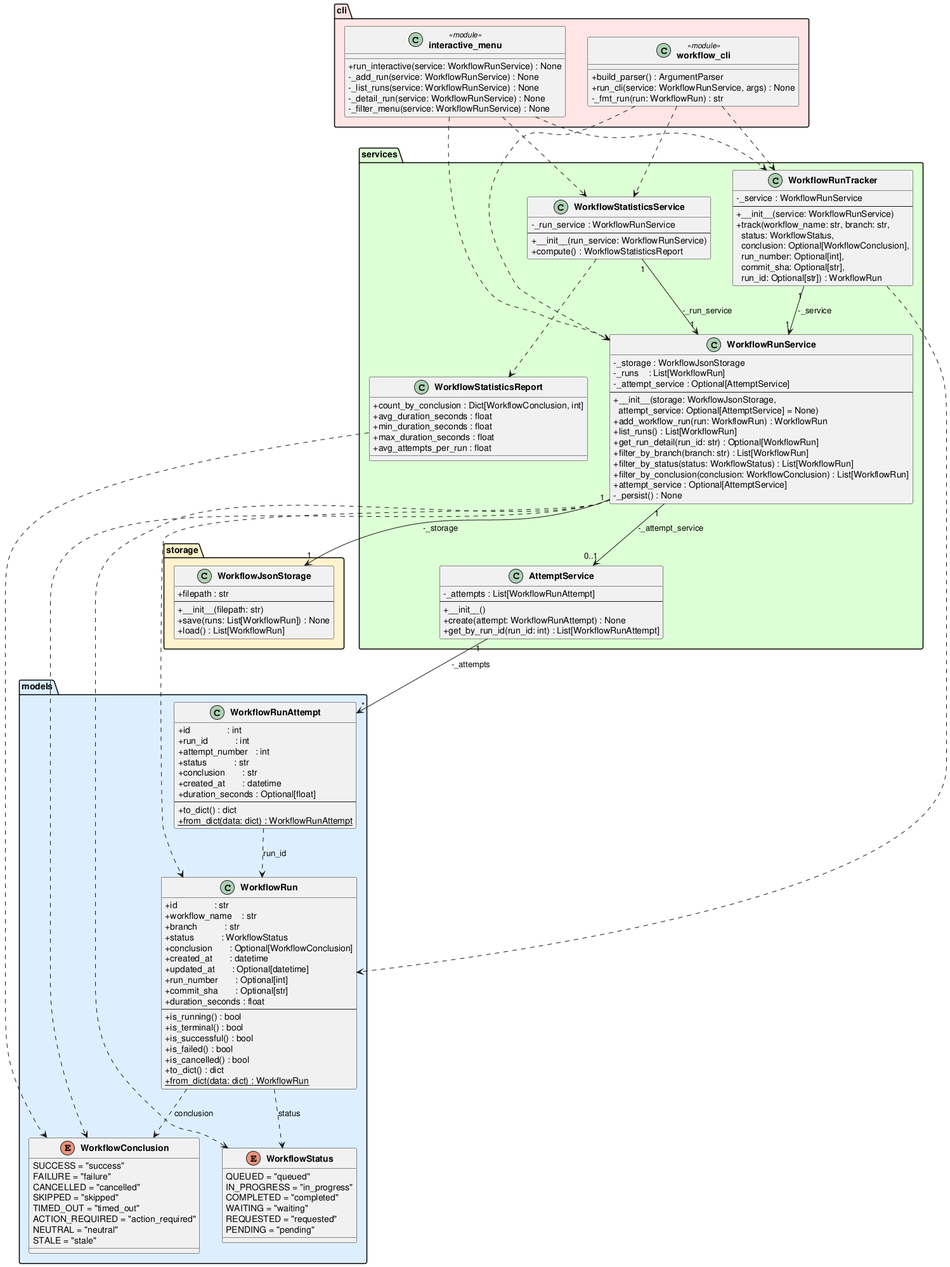
Earlier version of the PlantUML export experiments/broadcast/test_driven/github-workflow-manager/artifacts/class_diagram.png (DanielRiha8906/Software_autoevolution_using_agents).
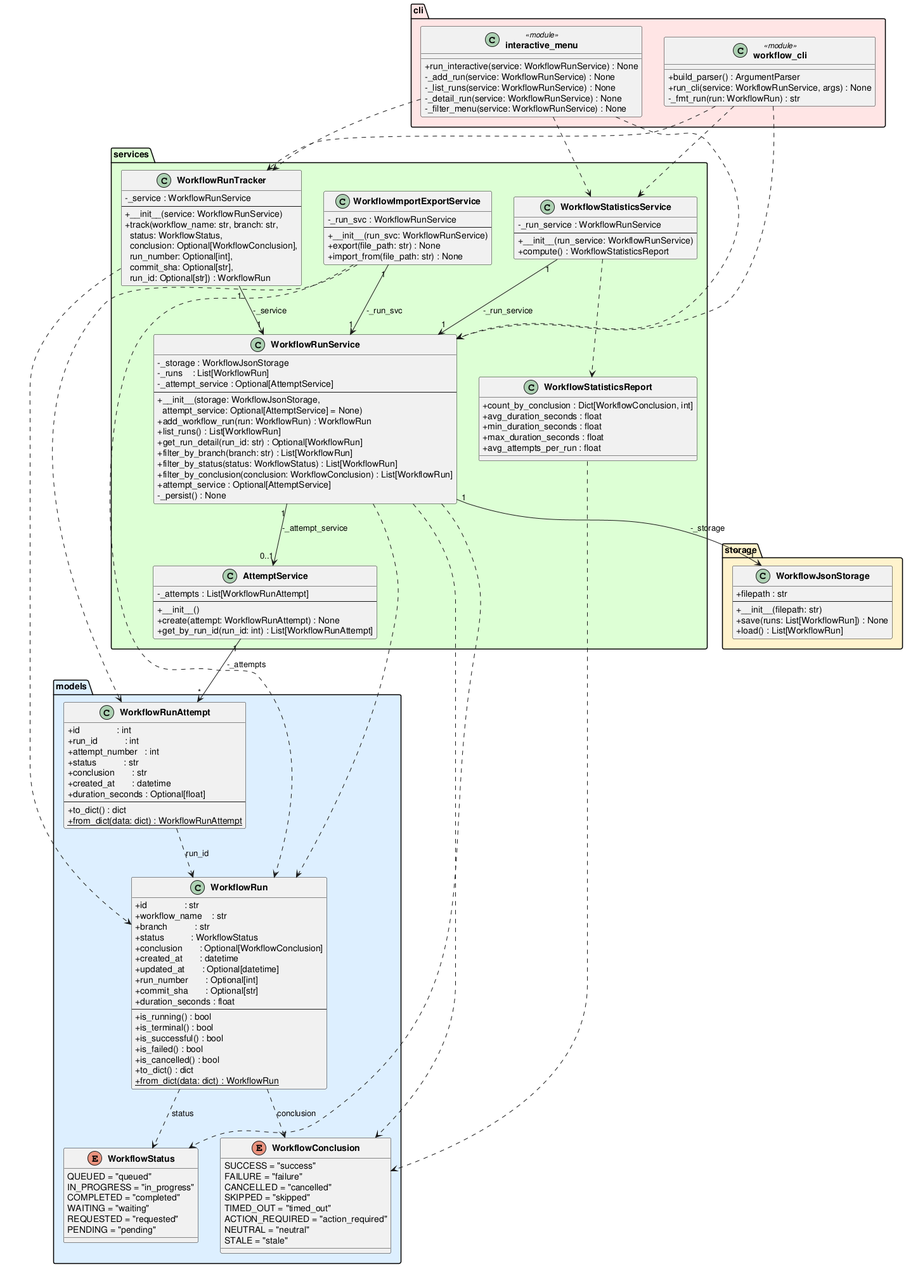
Above is the later version.

What changed in the source:
```diff
@@ -115,6 +115,14 @@
         +__init__(run_service: WorkflowRunService)
         +compute() : WorkflowStatisticsReport
     }
+
+    class WorkflowImportExportService {
+        -_run_svc : WorkflowRunService
+        --
+        +__init__(run_svc: WorkflowRunService)
+        +export(file_path: str) : None
+        +import_from(file_path: str) : None
+    }
 }
 
 package "cli" #FFE5E5 {
@@ -147,6 +155,9 @@
 WorkflowStatisticsService "1" --> "1" WorkflowRunService : -_run_service
 WorkflowStatisticsService  ..>  WorkflowStatisticsReport
 WorkflowStatisticsReport   ..>  WorkflowConclusion
+WorkflowImportExportService "1" --> "1" WorkflowRunService : -_run_svc
+WorkflowImportExportService ..> WorkflowRun
+WorkflowImportExportService ..> WorkflowRunAttempt
 "workflow_cli"             ..>  WorkflowRunService
 "workflow_cli"             ..>  WorkflowRunTracker
 "workflow_cli"             ..>  WorkflowStatisticsService
```
